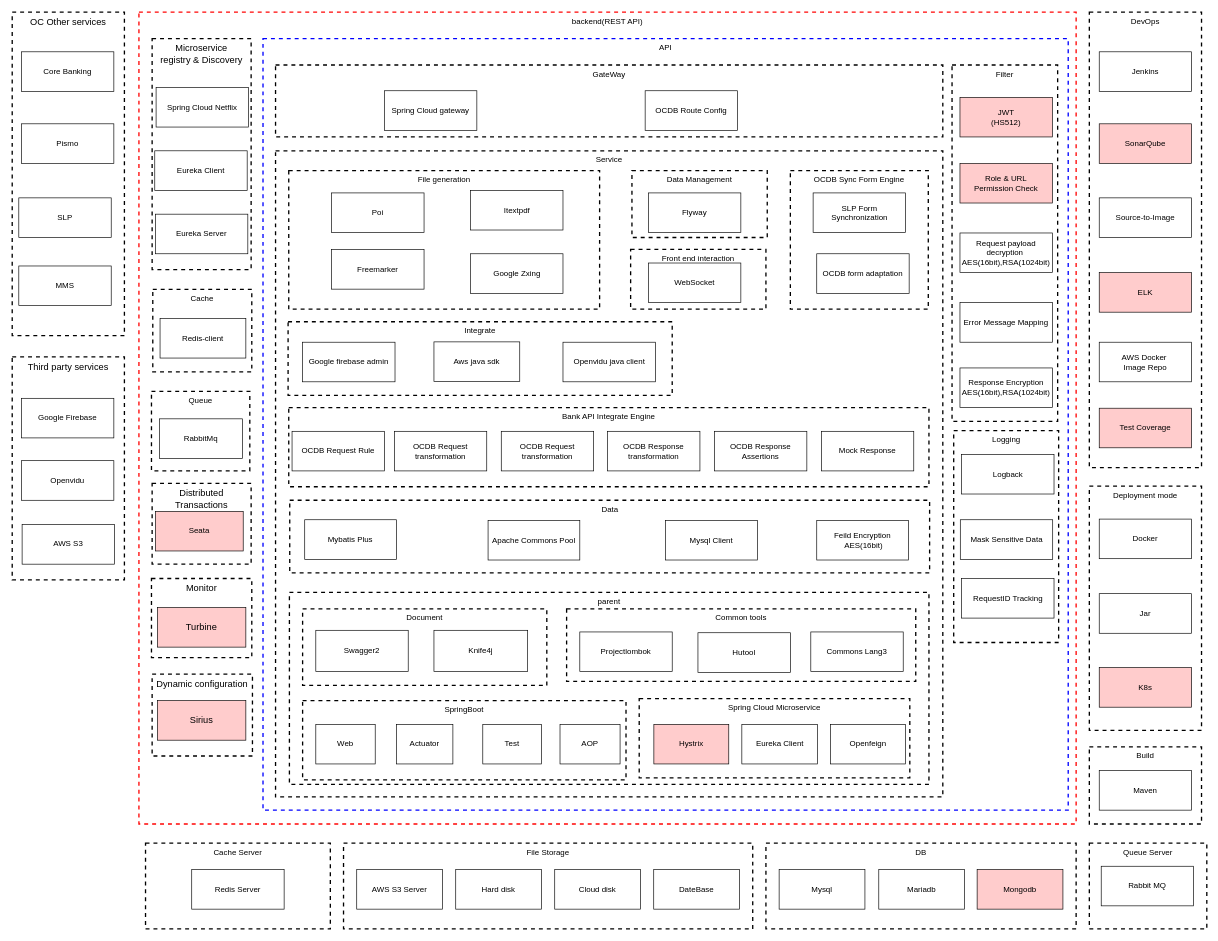
Earlier version of the draw.io diagram user/ocmb-service-lib1.drawio (jiangwu85/cloud-config-samples). Source tidied: cells renumbered, new cells numbered last; positions are measured from the earlier drawing's top-left corner, leaving out a move shared by most shapes. Both pictures are drawn from the tidied source at 66%, with x=0, y=0 at pixel (12, 12).
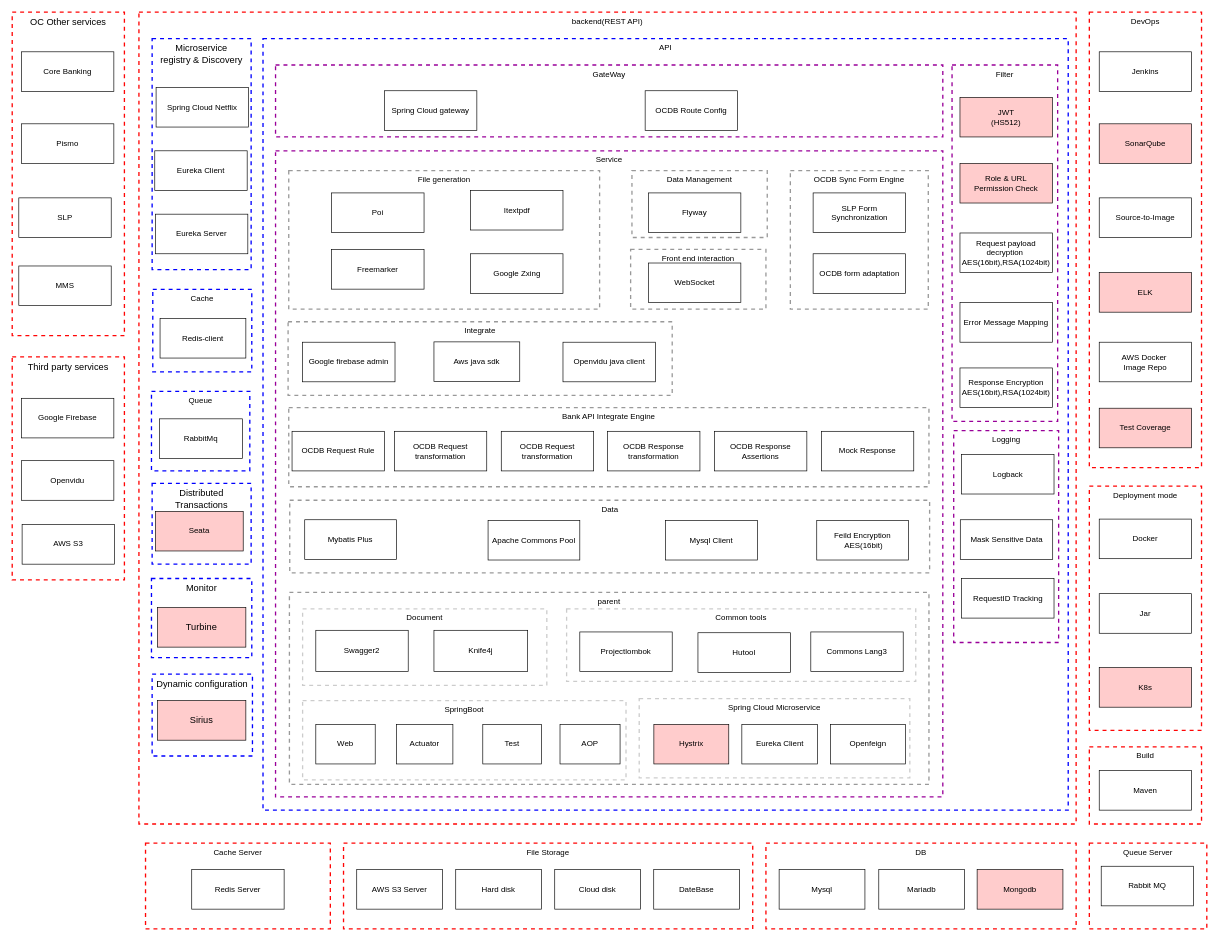
Above is the later version.

Diff of the diagram source:
```diff
@@
-    <mxCell id="4" value="&lt;span style=&quot;font-weight: 400;&quot;&gt;Service&lt;/span&gt;" style="rounded=0;whiteSpace=wrap;html=1;dashed=1;strokeWidth=2;fillColor=none;verticalAlign=top;fontStyle=1;" parent="1" vertex="1">
+    <mxCell id="4" value="&lt;span style=&quot;font-weight: 400;&quot;&gt;Service&lt;/span&gt;" style="rounded=0;whiteSpace=wrap;html=1;dashed=1;strokeWidth=2;fillColor=none;verticalAlign=top;fontStyle=1;strokeColor=#990099;" parent="1" vertex="1">
       <mxGeometry x="399" y="210" width="1011" height="979" as="geometry" />
     </mxCell>
-    <mxCell id="5" value="&lt;span style=&quot;font-weight: 400;&quot;&gt;parent&lt;/span&gt;" style="rounded=0;whiteSpace=wrap;html=1;dashed=1;strokeWidth=2;fillColor=none;verticalAlign=top;fontStyle=1;" parent="1" vertex="1">
+    <mxCell id="5" value="&lt;span style=&quot;font-weight: 400;&quot;&gt;parent&lt;/span&gt;" style="rounded=0;whiteSpace=wrap;html=1;dashed=1;strokeWidth=2;fillColor=none;verticalAlign=top;fontStyle=1;opacity=40;" parent="1" vertex="1">
       <mxGeometry x="420" y="879" width="969" height="291" as="geometry" />
     </mxCell>
-    <mxCell id="6" value="&lt;span style=&quot;font-weight: 400;&quot;&gt;SpringBoot&lt;/span&gt;" style="rounded=0;whiteSpace=wrap;html=1;dashed=1;strokeWidth=2;fillColor=none;verticalAlign=top;fontStyle=1;" parent="1" vertex="1">
+    <mxCell id="6" value="&lt;span style=&quot;font-weight: 400;&quot;&gt;SpringBoot&lt;/span&gt;" style="rounded=0;whiteSpace=wrap;html=1;dashed=1;strokeWidth=2;fillColor=none;verticalAlign=top;fontStyle=1;opacity=20;" parent="1" vertex="1">
       <mxGeometry x="440" y="1043" width="490" height="120" as="geometry" />
     </mxCell>
-    <mxCell id="7" value="&lt;div&gt;&lt;span style=&quot;font-size: 14px; font-weight: 400;&quot;&gt;Third party services&lt;/span&gt;&lt;/div&gt;" style="rounded=0;whiteSpace=wrap;html=1;dashed=1;strokeWidth=2;fillColor=none;verticalAlign=top;fontStyle=1;" parent="1" vertex="1">
+    <mxCell id="7" value="&lt;div&gt;&lt;span style=&quot;font-size: 14px; font-weight: 400;&quot;&gt;Third party services&lt;/span&gt;&lt;/div&gt;" style="rounded=0;whiteSpace=wrap;html=1;dashed=1;strokeWidth=2;fillColor=none;verticalAlign=top;fontStyle=1;strokeColor=#FF0505;" parent="1" vertex="1">
       <mxGeometry y="522.2" width="170" height="337.8" as="geometry" />
     </mxCell>
-    <mxCell id="8" value="&lt;div&gt;&lt;span style=&quot;font-weight: 400;&quot;&gt;Filter&lt;/span&gt;&lt;/div&gt;" style="rounded=0;whiteSpace=wrap;html=1;dashed=1;strokeWidth=2;fillColor=none;verticalAlign=top;fontStyle=1;" parent="1" vertex="1">
+    <mxCell id="8" value="&lt;div&gt;&lt;span style=&quot;font-weight: 400;&quot;&gt;Filter&lt;/span&gt;&lt;/div&gt;" style="rounded=0;whiteSpace=wrap;html=1;dashed=1;strokeWidth=2;fillColor=none;verticalAlign=top;fontStyle=1;strokeColor=#990099;" parent="1" vertex="1">
       <mxGeometry x="1424" y="80" width="160" height="540" as="geometry" />
     </mxCell>
-    <mxCell id="9" value="&lt;div&gt;&lt;span style=&quot;font-weight: 400;&quot;&gt;File generation&lt;/span&gt;&lt;/div&gt;" style="rounded=0;whiteSpace=wrap;html=1;dashed=1;strokeWidth=2;fillColor=none;verticalAlign=top;fontStyle=1;" parent="1" vertex="1">
+    <mxCell id="9" value="&lt;div&gt;&lt;span style=&quot;font-weight: 400;&quot;&gt;File generation&lt;/span&gt;&lt;/div&gt;" style="rounded=0;whiteSpace=wrap;html=1;dashed=1;strokeWidth=2;fillColor=none;verticalAlign=top;fontStyle=1;opacity=40;" parent="1" vertex="1">
       <mxGeometry x="419" y="240" width="471" height="210" as="geometry" />
     </mxCell>
-    <mxCell id="10" value="&lt;span style=&quot;font-weight: 400;&quot;&gt;Deployment mode&lt;/span&gt;" style="rounded=0;whiteSpace=wrap;html=1;dashed=1;strokeWidth=2;fillColor=none;verticalAlign=top;fontStyle=1;" parent="1" vertex="1">
+    <mxCell id="10" value="&lt;span style=&quot;font-weight: 400;&quot;&gt;Deployment mode&lt;/span&gt;" style="rounded=0;whiteSpace=wrap;html=1;dashed=1;strokeWidth=2;fillColor=none;verticalAlign=top;fontStyle=1;strokeColor=#FF0505;" parent="1" vertex="1">
       <mxGeometry x="1632" y="718" width="170" height="370" as="geometry" />
     </mxCell>
-    <mxCell id="11" value="&lt;div&gt;&lt;span style=&quot;font-weight: 400;&quot;&gt;DevOps&lt;/span&gt;&lt;/div&gt;" style="rounded=0;whiteSpace=wrap;html=1;dashed=1;strokeWidth=2;fillColor=none;verticalAlign=top;fontStyle=1;" parent="1" vertex="1">
+    <mxCell id="11" value="&lt;div&gt;&lt;span style=&quot;font-weight: 400;&quot;&gt;DevOps&lt;/span&gt;&lt;/div&gt;" style="rounded=0;whiteSpace=wrap;html=1;dashed=1;strokeWidth=2;fillColor=none;verticalAlign=top;fontStyle=1;strokeColor=#FF0505;" parent="1" vertex="1">
       <mxGeometry x="1632" width="170" height="690" as="geometry" />
     </mxCell>
-    <mxCell id="12" value="&lt;span style=&quot;font-weight: 400;&quot;&gt;Bank API&amp;nbsp;&lt;/span&gt;&lt;span style=&quot;font-weight: 400;&quot;&gt;Integrate&amp;nbsp;&lt;/span&gt;&lt;span style=&quot;font-weight: 400;&quot;&gt;Engine&lt;/span&gt;" style="rounded=0;whiteSpace=wrap;html=1;dashed=1;strokeWidth=2;fillColor=none;verticalAlign=top;fontStyle=1;" parent="1" vertex="1">
+    <mxCell id="12" value="&lt;span style=&quot;font-weight: 400;&quot;&gt;Bank API&amp;nbsp;&lt;/span&gt;&lt;span style=&quot;font-weight: 400;&quot;&gt;Integrate&amp;nbsp;&lt;/span&gt;&lt;span style=&quot;font-weight: 400;&quot;&gt;Engine&lt;/span&gt;" style="rounded=0;whiteSpace=wrap;html=1;dashed=1;strokeWidth=2;fillColor=none;verticalAlign=top;fontStyle=1;opacity=40;" parent="1" vertex="1">
       <mxGeometry x="419" y="599" width="970" height="120" as="geometry" />
     </mxCell>
-    <mxCell id="13" value="&lt;div&gt;&lt;span style=&quot;font-weight: 400;&quot;&gt;GateWay&lt;/span&gt;&lt;/div&gt;" style="rounded=0;whiteSpace=wrap;html=1;dashed=1;strokeWidth=2;fillColor=none;verticalAlign=top;fontStyle=1;" parent="1" vertex="1">
+    <mxCell id="13" value="&lt;div&gt;&lt;span style=&quot;font-weight: 400;&quot;&gt;GateWay&lt;/span&gt;&lt;/div&gt;" style="rounded=0;whiteSpace=wrap;html=1;dashed=1;strokeWidth=2;fillColor=none;verticalAlign=top;fontStyle=1;strokeColor=#990099;" parent="1" vertex="1">
       <mxGeometry x="399" y="80" width="1011" height="109" as="geometry" />
     </mxCell>
-    <mxCell id="14" value="&lt;div&gt;&lt;span style=&quot;font-weight: 400;&quot;&gt;Cache Server&lt;/span&gt;&lt;/div&gt;" style="rounded=0;whiteSpace=wrap;html=1;dashed=1;strokeWidth=2;fillColor=none;verticalAlign=top;fontStyle=1;" parent="1" vertex="1">
+    <mxCell id="14" value="&lt;div&gt;&lt;span style=&quot;font-weight: 400;&quot;&gt;Cache Server&lt;/span&gt;&lt;/div&gt;" style="rounded=0;whiteSpace=wrap;html=1;dashed=1;strokeWidth=2;fillColor=none;verticalAlign=top;fontStyle=1;strokeColor=#FF0505;" parent="1" vertex="1">
       <mxGeometry x="202" y="1259" width="280" height="130" as="geometry" />
     </mxCell>
-    <mxCell id="15" value="&lt;div&gt;&lt;span style=&quot;font-weight: 400;&quot;&gt;DB&lt;/span&gt;&lt;/div&gt;" style="rounded=0;whiteSpace=wrap;html=1;dashed=1;strokeWidth=2;fillColor=none;verticalAlign=top;fontStyle=1;" parent="1" vertex="1">
+    <mxCell id="15" value="&lt;div&gt;&lt;span style=&quot;font-weight: 400;&quot;&gt;DB&lt;/span&gt;&lt;/div&gt;" style="rounded=0;whiteSpace=wrap;html=1;dashed=1;strokeWidth=2;fillColor=none;verticalAlign=top;fontStyle=1;strokeColor=#FF0505;" parent="1" vertex="1">
       <mxGeometry x="1142" y="1259" width="470" height="130" as="geometry" />
     </mxCell>
-    <mxCell id="16" value="&lt;span style=&quot;font-weight: 400;&quot;&gt;File Storage&lt;/span&gt;" style="rounded=0;whiteSpace=wrap;html=1;dashed=1;strokeWidth=2;fillColor=none;verticalAlign=top;fontStyle=1;" parent="1" vertex="1">
+    <mxCell id="16" value="&lt;span style=&quot;font-weight: 400;&quot;&gt;File Storage&lt;/span&gt;" style="rounded=0;whiteSpace=wrap;html=1;dashed=1;strokeWidth=2;fillColor=none;verticalAlign=top;fontStyle=1;strokeColor=#FF0505;" parent="1" vertex="1">
       <mxGeometry x="502" y="1259" width="620" height="130" as="geometry" />
     </mxCell>
-    <mxCell id="17" value="&lt;div&gt;&lt;span style=&quot;font-weight: 400;&quot;&gt;Logging&lt;/span&gt;&lt;/div&gt;" style="rounded=0;whiteSpace=wrap;html=1;dashed=1;strokeWidth=2;fillColor=none;verticalAlign=top;fontStyle=1;" parent="1" vertex="1">
+    <mxCell id="17" value="&lt;div&gt;&lt;span style=&quot;font-weight: 400;&quot;&gt;Logging&lt;/span&gt;&lt;/div&gt;" style="rounded=0;whiteSpace=wrap;html=1;dashed=1;strokeWidth=2;fillColor=none;verticalAlign=top;fontStyle=1;strokeColor=#990099;" parent="1" vertex="1">
       <mxGeometry x="1426.5" y="634" width="159" height="321" as="geometry" />
     </mxCell>
@@
-    <mxCell id="19" value="&lt;span style=&quot;font-weight: 400;&quot;&gt;Data&lt;/span&gt;" style="rounded=0;whiteSpace=wrap;html=1;dashed=1;strokeWidth=2;fillColor=none;verticalAlign=top;fontStyle=1;" parent="1" vertex="1">
+    <mxCell id="19" value="&lt;span style=&quot;font-weight: 400;&quot;&gt;Data&lt;/span&gt;" style="rounded=0;whiteSpace=wrap;html=1;dashed=1;strokeWidth=2;fillColor=none;verticalAlign=top;fontStyle=1;opacity=40;" parent="1" vertex="1">
       <mxGeometry x="420.5" y="739.5" width="969.5" height="110" as="geometry" />
     </mxCell>
@@
-    <mxCell id="22" value="&lt;div&gt;&lt;span style=&quot;font-size: 14px; font-weight: 400;&quot;&gt;OC Other services&lt;/span&gt;&lt;/div&gt;" style="rounded=0;whiteSpace=wrap;html=1;dashed=1;strokeWidth=2;fillColor=none;verticalAlign=top;fontStyle=1;" parent="1" vertex="1">
+    <mxCell id="22" value="&lt;div&gt;&lt;span style=&quot;font-size: 14px; font-weight: 400;&quot;&gt;OC Other services&lt;/span&gt;&lt;/div&gt;" style="rounded=0;whiteSpace=wrap;html=1;dashed=1;strokeWidth=2;fillColor=none;verticalAlign=top;fontStyle=1;strokeColor=#FF0505;" parent="1" vertex="1">
       <mxGeometry width="170" height="490" as="geometry" />
     </mxCell>
@@
-    <mxCell id="27" value="&lt;span style=&quot;font-weight: 400;&quot;&gt;Build&lt;/span&gt;" style="rounded=0;whiteSpace=wrap;html=1;dashed=1;strokeWidth=2;fillColor=none;verticalAlign=top;fontStyle=1;" parent="1" vertex="1">
+    <mxCell id="27" value="&lt;span style=&quot;font-weight: 400;&quot;&gt;Build&lt;/span&gt;" style="rounded=0;whiteSpace=wrap;html=1;dashed=1;strokeWidth=2;fillColor=none;verticalAlign=top;fontStyle=1;strokeColor=#FF0505;" parent="1" vertex="1">
       <mxGeometry x="1632" y="1113" width="170" height="117" as="geometry" />
     </mxCell>
@@
-    <mxCell id="29" value="&lt;span style=&quot;font-size: 14px; font-weight: 400;&quot;&gt;Monitor&lt;/span&gt;" style="rounded=0;whiteSpace=wrap;html=1;dashed=1;strokeWidth=2;fillColor=none;verticalAlign=top;fontStyle=1;" parent="1" vertex="1">
+    <mxCell id="29" value="&lt;span style=&quot;font-size: 14px; font-weight: 400;&quot;&gt;Monitor&lt;/span&gt;" style="rounded=0;whiteSpace=wrap;html=1;dashed=1;strokeWidth=2;fillColor=none;verticalAlign=top;fontStyle=1;strokeColor=#0000FF;" parent="1" vertex="1">
       <mxGeometry x="211" y="858" width="152" height="120" as="geometry" />
     </mxCell>
@@
-    <mxCell id="63" value="&lt;span style=&quot;font-weight: 400;&quot;&gt;Document&lt;/span&gt;" style="rounded=0;whiteSpace=wrap;html=1;dashed=1;strokeWidth=2;fillColor=none;verticalAlign=top;fontStyle=1;" parent="1" vertex="1">
+    <mxCell id="63" value="&lt;span style=&quot;font-weight: 400;&quot;&gt;Document&lt;/span&gt;" style="rounded=0;whiteSpace=wrap;html=1;dashed=1;strokeWidth=2;fillColor=none;verticalAlign=top;fontStyle=1;opacity=20;" parent="1" vertex="1">
       <mxGeometry x="440" y="904" width="370" height="116" as="geometry" />
     </mxCell>
-    <mxCell id="64" value="&lt;span style=&quot;font-weight: 400;&quot;&gt;Common tools&lt;/span&gt;" style="rounded=0;whiteSpace=wrap;html=1;dashed=1;strokeWidth=2;fillColor=none;verticalAlign=top;fontStyle=1;" parent="1" vertex="1">
+    <mxCell id="64" value="&lt;span style=&quot;font-weight: 400;&quot;&gt;Common tools&lt;/span&gt;" style="rounded=0;whiteSpace=wrap;html=1;dashed=1;strokeWidth=2;fillColor=none;verticalAlign=top;fontStyle=1;opacity=20;" parent="1" vertex="1">
       <mxGeometry x="840" y="904" width="529" height="110" as="geometry" />
     </mxCell>
@@
-    <mxCell id="69" value="&lt;span style=&quot;font-weight: 400;&quot;&gt;Spring Cloud&amp;nbsp;&lt;/span&gt;&lt;span style=&quot;font-weight: 400;&quot;&gt;Microservice&lt;/span&gt;" style="rounded=0;whiteSpace=wrap;html=1;dashed=1;strokeWidth=2;fillColor=none;verticalAlign=top;fontStyle=1;" parent="1" vertex="1">
+    <mxCell id="69" value="&lt;span style=&quot;font-weight: 400;&quot;&gt;Spring Cloud&amp;nbsp;&lt;/span&gt;&lt;span style=&quot;font-weight: 400;&quot;&gt;Microservice&lt;/span&gt;" style="rounded=0;whiteSpace=wrap;html=1;dashed=1;strokeWidth=2;fillColor=none;verticalAlign=top;fontStyle=1;opacity=20;" parent="1" vertex="1">
       <mxGeometry x="950" y="1040" width="410" height="120" as="geometry" />
     </mxCell>
@@
-    <mxCell id="72" value="&lt;span style=&quot;font-size: 14px; font-weight: 400;&quot;&gt;Microservice &lt;br&gt;registry &amp;amp; Discovery&lt;/span&gt;" style="rounded=0;whiteSpace=wrap;html=1;dashed=1;strokeWidth=2;fillColor=none;verticalAlign=top;fontStyle=1;" parent="1" vertex="1">
+    <mxCell id="72" value="&lt;span style=&quot;font-size: 14px; font-weight: 400;&quot;&gt;Microservice &lt;br&gt;registry &amp;amp; Discovery&lt;/span&gt;" style="rounded=0;whiteSpace=wrap;html=1;dashed=1;strokeWidth=2;fillColor=none;verticalAlign=top;fontStyle=1;strokeColor=#0000FF;" parent="1" vertex="1">
       <mxGeometry x="212" y="40" width="150" height="350" as="geometry" />
     </mxCell>
@@
-    <mxCell id="77" value="&lt;div&gt;&lt;span style=&quot;font-size: 14px; font-weight: 400;&quot;&gt;Distributed Transactions&lt;/span&gt;&lt;/div&gt;" style="rounded=0;whiteSpace=wrap;html=1;dashed=1;strokeWidth=2;fillColor=none;verticalAlign=top;fontStyle=1;" parent="1" vertex="1">
+    <mxCell id="77" value="&lt;div&gt;&lt;span style=&quot;font-size: 14px; font-weight: 400;&quot;&gt;Distributed Transactions&lt;/span&gt;&lt;/div&gt;" style="rounded=0;whiteSpace=wrap;html=1;dashed=1;strokeWidth=2;fillColor=none;verticalAlign=top;fontStyle=1;strokeColor=#0000FF;" parent="1" vertex="1">
       <mxGeometry x="212" y="714" width="150" height="122.3" as="geometry" />
     </mxCell>
@@
-    <mxCell id="81" value="&lt;span style=&quot;font-weight: 400;&quot;&gt;Queue&lt;/span&gt;" style="rounded=0;whiteSpace=wrap;html=1;dashed=1;strokeWidth=2;fillColor=none;verticalAlign=top;fontStyle=1;" parent="1" vertex="1">
+    <mxCell id="81" value="&lt;span style=&quot;font-weight: 400;&quot;&gt;Queue&lt;/span&gt;" style="rounded=0;whiteSpace=wrap;html=1;dashed=1;strokeWidth=2;fillColor=none;verticalAlign=top;fontStyle=1;strokeColor=#0000FF;" parent="1" vertex="1">
       <mxGeometry x="211" y="574.5" width="149" height="120.5" as="geometry" />
     </mxCell>
@@
-    <mxCell id="83" value="&lt;span style=&quot;font-weight: 400;&quot;&gt;Integrate&lt;/span&gt;" style="rounded=0;whiteSpace=wrap;html=1;dashed=1;strokeWidth=2;fillColor=none;verticalAlign=top;fontStyle=1;" parent="1" vertex="1">
+    <mxCell id="83" value="&lt;span style=&quot;font-weight: 400;&quot;&gt;Integrate&lt;/span&gt;" style="rounded=0;whiteSpace=wrap;html=1;dashed=1;strokeWidth=2;fillColor=none;verticalAlign=top;fontStyle=1;opacity=40;" parent="1" vertex="1">
       <mxGeometry x="418" y="469" width="582" height="111.5" as="geometry" />
     </mxCell>
@@
-    <mxCell id="87" value="&lt;span style=&quot;font-weight: 400;&quot;&gt;Cache&lt;/span&gt;" style="rounded=0;whiteSpace=wrap;html=1;dashed=1;strokeWidth=2;fillColor=none;verticalAlign=top;fontStyle=1;" parent="1" vertex="1">
+    <mxCell id="87" value="&lt;span style=&quot;font-weight: 400;&quot;&gt;Cache&lt;/span&gt;" style="rounded=0;whiteSpace=wrap;html=1;dashed=1;strokeWidth=2;fillColor=none;verticalAlign=top;fontStyle=1;strokeColor=#0000FF;" parent="1" vertex="1">
       <mxGeometry x="213" y="420" width="150" height="125" as="geometry" />
     </mxCell>
@@
-    <mxCell id="93" value="&lt;div&gt;&lt;span style=&quot;font-size: 14px; font-weight: 400;&quot;&gt;Dynamic configuration&lt;/span&gt;&lt;/div&gt;" style="rounded=0;whiteSpace=wrap;html=1;dashed=1;strokeWidth=2;fillColor=none;verticalAlign=top;fontStyle=1;" parent="1" vertex="1">
+    <mxCell id="93" value="&lt;div&gt;&lt;span style=&quot;font-size: 14px; font-weight: 400;&quot;&gt;Dynamic configuration&lt;/span&gt;&lt;/div&gt;" style="rounded=0;whiteSpace=wrap;html=1;dashed=1;strokeWidth=2;fillColor=none;verticalAlign=top;fontStyle=1;strokeColor=#0000FF;" parent="1" vertex="1">
       <mxGeometry x="212" y="1003" width="152" height="124" as="geometry" />
     </mxCell>
@@
-    <mxCell id="97" value="&lt;div&gt;&lt;span style=&quot;font-weight: 400;&quot;&gt;Queue Server&lt;/span&gt;&lt;/div&gt;" style="rounded=0;whiteSpace=wrap;html=1;dashed=1;strokeWidth=2;fillColor=none;verticalAlign=top;fontStyle=1;" parent="1" vertex="1">
+    <mxCell id="97" value="&lt;div&gt;&lt;span style=&quot;font-weight: 400;&quot;&gt;Queue Server&lt;/span&gt;&lt;/div&gt;" style="rounded=0;whiteSpace=wrap;html=1;dashed=1;strokeWidth=2;fillColor=none;verticalAlign=top;fontStyle=1;strokeColor=#FF0505;" parent="1" vertex="1">
       <mxGeometry x="1632" y="1259" width="178" height="130" as="geometry" />
     </mxCell>
@@
-    <mxCell id="99" value="&lt;span style=&quot;font-weight: 400;&quot;&gt;OCDB Sync Form&amp;nbsp;Engine&lt;/span&gt;" style="rounded=0;whiteSpace=wrap;html=1;dashed=1;strokeWidth=2;fillColor=none;verticalAlign=top;fontStyle=1;" parent="1" vertex="1">
+    <mxCell id="99" value="&lt;span style=&quot;font-weight: 400;&quot;&gt;OCDB Sync Form&amp;nbsp;Engine&lt;/span&gt;" style="rounded=0;whiteSpace=wrap;html=1;dashed=1;strokeWidth=2;fillColor=none;verticalAlign=top;fontStyle=1;opacity=40;" parent="1" vertex="1">
       <mxGeometry x="1179" y="240" width="209" height="210" as="geometry" />
     </mxCell>
@@
     <mxCell id="102" value="&lt;div&gt;OCDB form adaptation&lt;/div&gt;" style="rounded=0;whiteSpace=wrap;html=1;fontColor=#000000;fillColor=none;" parent="1" vertex="1">
-      <mxGeometry x="1219" y="366" width="140" height="60" as="geometry" />
+      <mxGeometry x="1213.5" y="366" width="140" height="60" as="geometry" />
     </mxCell>
-    <mxCell id="103" value="&lt;div&gt;&lt;span style=&quot;font-weight: 400;&quot;&gt;Data&amp;nbsp;Management&lt;/span&gt;&lt;/div&gt;" style="rounded=0;whiteSpace=wrap;html=1;dashed=1;strokeWidth=2;fillColor=none;verticalAlign=top;fontStyle=1;" parent="1" vertex="1">
+    <mxCell id="103" value="&lt;div&gt;&lt;span style=&quot;font-weight: 400;&quot;&gt;Data&amp;nbsp;Management&lt;/span&gt;&lt;/div&gt;" style="rounded=0;whiteSpace=wrap;html=1;dashed=1;strokeWidth=2;fillColor=none;verticalAlign=top;fontStyle=1;opacity=40;" parent="1" vertex="1">
       <mxGeometry x="939" y="240" width="205" height="101.3" as="geometry" />
     </mxCell>
@@
-    <mxCell id="105" value="&lt;span style=&quot;font-weight: 400;&quot;&gt;Front end interaction&lt;/span&gt;" style="rounded=0;whiteSpace=wrap;html=1;dashed=1;strokeWidth=2;fillColor=none;verticalAlign=top;fontStyle=1;" parent="1" vertex="1">
+    <mxCell id="105" value="&lt;span style=&quot;font-weight: 400;&quot;&gt;Front end interaction&lt;/span&gt;" style="rounded=0;whiteSpace=wrap;html=1;dashed=1;strokeWidth=2;fillColor=none;verticalAlign=top;fontStyle=1;opacity=40;" parent="1" vertex="1">
       <mxGeometry x="937" y="359.4" width="205" height="90.6" as="geometry" />
     </mxCell>
```
